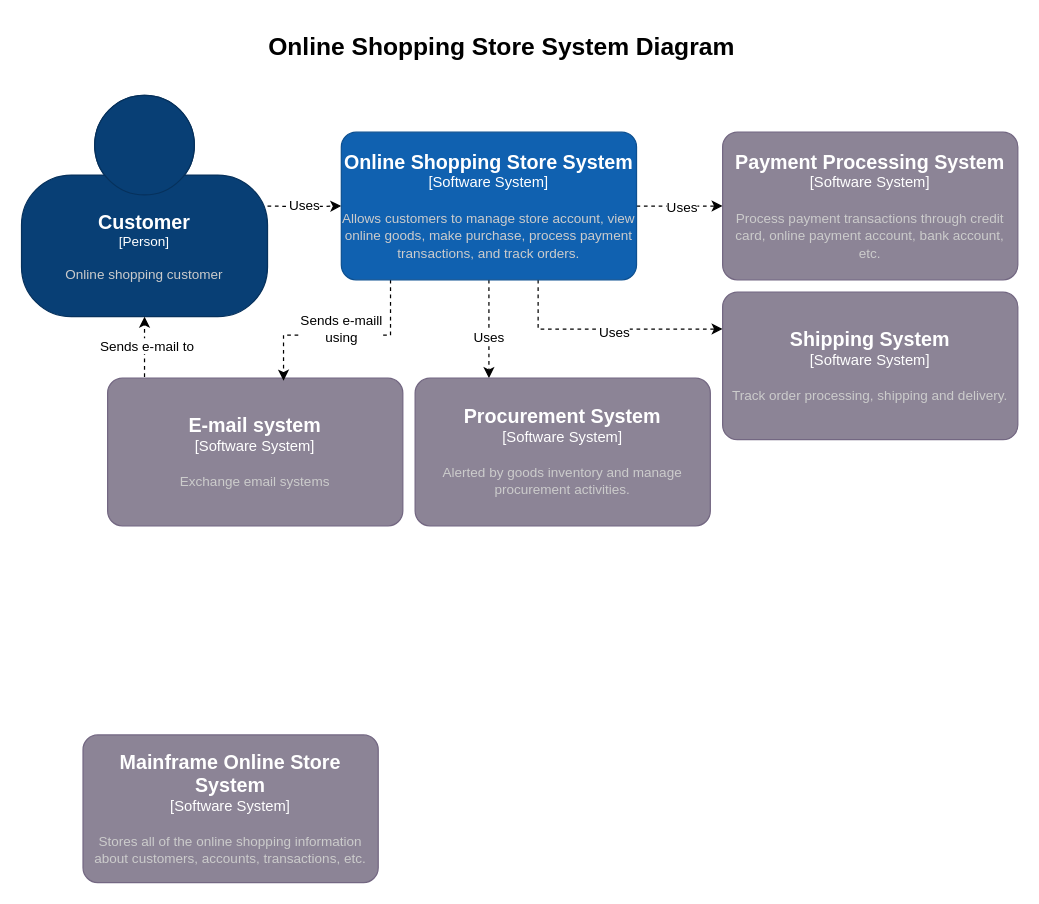
The draw.io diagram OnlineStoreSystemDiagram.drawio in ilvfruits/hello-world, before the edit. Source tidied: cells renumbered, new cells numbered last; positions are measured from the earlier drawing's top-left corner, leaving out a move shared by most shapes. Both pictures are drawn from the tidied source at 123%, with x=0, y=0 at pixel (21, 21).
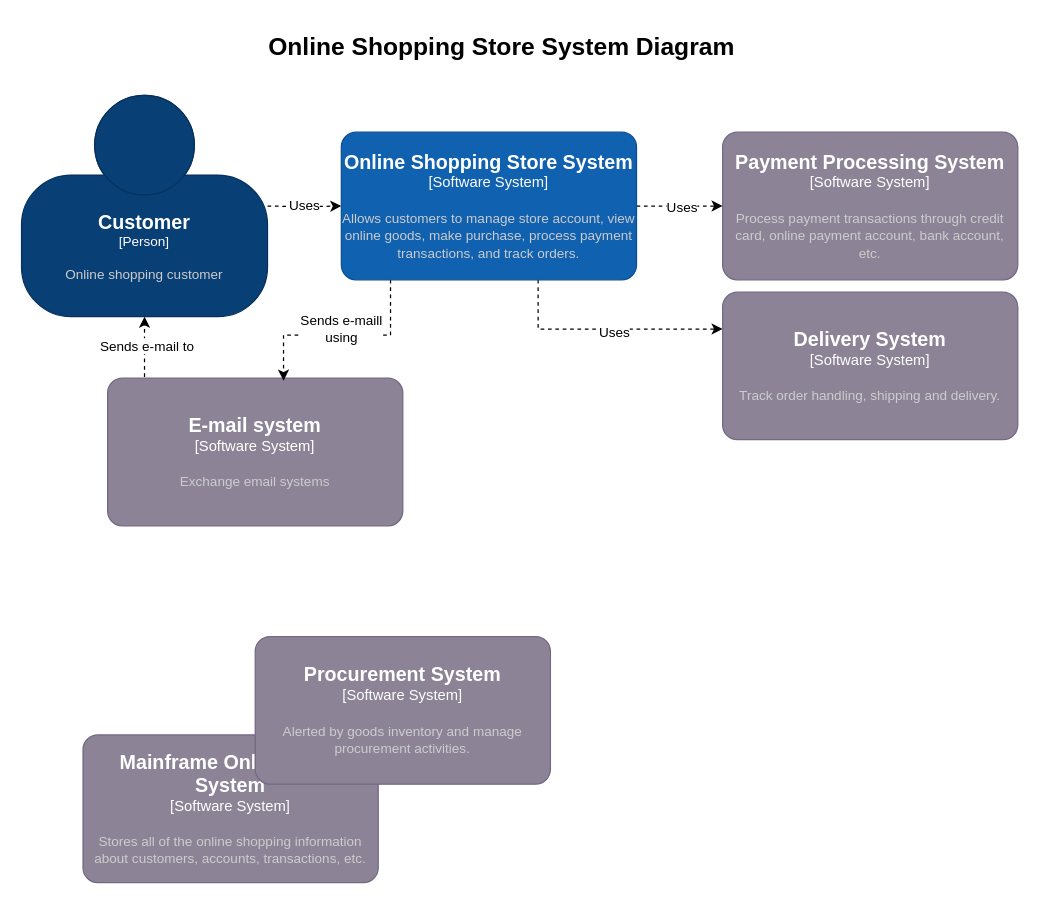
The same page after the edit.

The change refers to these unchanged cells:
```xml
<object id="15" label="&lt;font style=&quot;font-size: 16px&quot;&gt;&lt;b&gt;%c4Name%&lt;/b&gt;&lt;/font&gt;&lt;div&gt;[%c4Type%]&lt;/div&gt;&lt;br&gt;&lt;div&gt;&lt;font style=&quot;font-size: 11px&quot;&gt;&lt;font color=&quot;#cccccc&quot;&gt;%c4Description%&lt;/font&gt;&lt;/div&gt;" c4Description="Allows customers to manage store account, view online goods, make purchase, process payment transactions, and track orders." c4Name="Online Shopping Store System" c4Type="Software System" placeholders="1">
  <mxCell style="rounded=1;whiteSpace=wrap;html=1;labelBackgroundColor=none;fillColor=#1061B0;fontColor=#ffffff;align=center;arcSize=10;strokeColor=#0D5091;points=[[0.25,0,0],[0.5,0,0],[0.75,0,0],[1,0.25,0],[1,0.5,0],[1,0.75,0],[0.75,1,0],[0.5,1,0],[0.25,1,0],[0,0.75,0],[0,0.5,0],[0,0.25,0]];" parent="1" vertex="1">
    <mxGeometry x="260" y="90" width="240" height="120" as="geometry" />
  </mxCell>
</object>
```

Diff of the diagram source:
```diff
@@
-    <mxCell id="13" style="edgeStyle=orthogonalEdgeStyle;rounded=0;jettySize=auto;html=1;entryX=0.25;entryY=0;entryDx=0;entryDy=0;entryPerimeter=0;dashed=1;" parent="1" edge="1" source="15" target="19">
-      <mxGeometry relative="1" as="geometry">
-        <Array as="points">
-          <mxPoint x="380" y="230" />
-          <mxPoint x="380" y="230" />
-        </Array>
-      </mxGeometry>
-    </mxCell>
-    <mxCell id="14" value="Uses" style="edgeLabel;html=1;align=center;verticalAlign=middle;" parent="13" vertex="1">
-      <mxGeometry x="0.14" y="-1" relative="1" as="geometry" />
-    </mxCell>
@@
-    <object id="18" label="&lt;font style=&quot;font-size: 16px&quot;&gt;&lt;b&gt;%c4Name%&lt;/b&gt;&lt;/font&gt;&lt;div&gt;[%c4Type%]&lt;/div&gt;&lt;br&gt;&lt;div&gt;&lt;font style=&quot;font-size: 11px&quot;&gt;&lt;font color=&quot;#cccccc&quot;&gt;%c4Description%&lt;/font&gt;&lt;/div&gt;" c4Description="Track order processing, shipping and delivery." c4Name="Shipping System" c4Type="Software System" placeholders="1">
+    <object id="18" label="&lt;font style=&quot;font-size: 16px&quot;&gt;&lt;b&gt;%c4Name%&lt;/b&gt;&lt;/font&gt;&lt;div&gt;[%c4Type%]&lt;/div&gt;&lt;br&gt;&lt;div&gt;&lt;font style=&quot;font-size: 11px&quot;&gt;&lt;font color=&quot;#cccccc&quot;&gt;%c4Description%&lt;/font&gt;&lt;/div&gt;" c4Description="Track order handling, shipping and delivery." c4Name="Delivery System" c4Type="Software System" placeholders="1">
       <mxCell style="rounded=1;whiteSpace=wrap;html=1;labelBackgroundColor=none;fillColor=#8C8496;fontColor=#ffffff;align=center;arcSize=10;strokeColor=#736782;points=[[0.25,0,0],[0.5,0,0],[0.75,0,0],[1,0.25,0],[1,0.5,0],[1,0.75,0],[0.75,1,0],[0.5,1,0],[0.25,1,0],[0,0.75,0],[0,0.5,0],[0,0.25,0]];" parent="1" vertex="1">
         <mxGeometry x="570" y="220" width="240" height="120" as="geometry" />
       </mxCell>
     </object>
     <object id="19" label="&lt;font style=&quot;font-size: 16px&quot;&gt;&lt;b&gt;%c4Name%&lt;/b&gt;&lt;/font&gt;&lt;div&gt;[%c4Type%]&lt;/div&gt;&lt;br&gt;&lt;div&gt;&lt;font style=&quot;font-size: 11px&quot;&gt;&lt;font color=&quot;#cccccc&quot;&gt;%c4Description%&lt;/font&gt;&lt;/div&gt;" c4Description="Alerted by goods inventory and manage procurement activities." c4Name="Procurement System" c4Type="Software System" placeholders="1">
       <mxCell style="rounded=1;whiteSpace=wrap;html=1;labelBackgroundColor=none;fillColor=#8C8496;fontColor=#ffffff;align=center;arcSize=10;strokeColor=#736782;points=[[0.25,0,0],[0.5,0,0],[0.75,0,0],[1,0.25,0],[1,0.5,0],[1,0.75,0],[0.75,1,0],[0.5,1,0],[0.25,1,0],[0,0.75,0],[0,0.5,0],[0,0.25,0]];" parent="1" vertex="1">
-        <mxGeometry x="320" y="290" width="240" height="120" as="geometry" />
+        <mxGeometry x="190" y="500" width="240" height="120" as="geometry" />
       </mxCell>
     </object>
```
